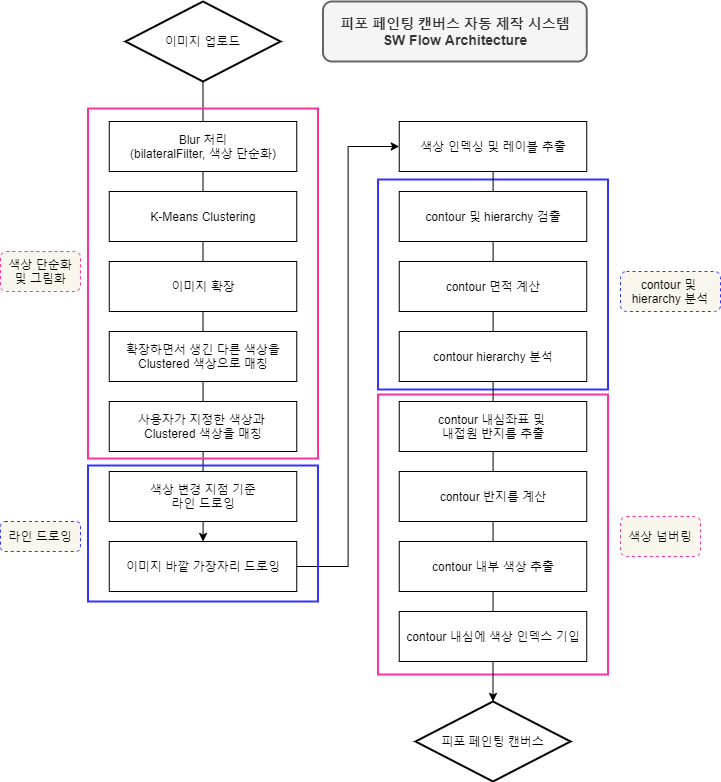
The draw.io diagram project-images/SW Flow Architecture.png in AutoPipo/EasyPipo, before a commit. Source tidied: cells renumbered, new cells last; positions are measured from the earlier drawing's top-left corner, leaving out a move shared by most shapes. Its diagram source:
```xml
<mxGraphModel>
  <root>
    <mxCell id="0" />
    <mxCell id="1" parent="0" />
    <mxCell id="2" style="rounded=0;whiteSpace=wrap;html=1;shadow=0;glass=0;sketch=0;strokeWidth=2;fillColor=none;strokeColor=#FF3399;" parent="1" vertex="1">
      <mxGeometry x="377.5" y="393" width="230" height="280" as="geometry" />
    </mxCell>
    <mxCell id="3" style="rounded=0;whiteSpace=wrap;html=1;shadow=0;glass=0;sketch=0;strokeWidth=2;fillColor=none;strokeColor=#3333FF;" parent="1" vertex="1">
      <mxGeometry x="377.5" y="178" width="230" height="210" as="geometry" />
    </mxCell>
    <mxCell id="4" style="edgeStyle=orthogonalEdgeStyle;rounded=0;jettySize=auto;html=1;" parent="1" edge="1" source="5" target="12">
      <mxGeometry relative="1" as="geometry" />
    </mxCell>
    <mxCell id="5" value="이미지 업로드" style="rhombus;whiteSpace=wrap;html=1;strokeWidth=2;" parent="1" vertex="1">
      <mxGeometry x="125" width="155" height="80" as="geometry" />
    </mxCell>
    <mxCell id="6" value="K-Means Clustering" style="rounded=0;whiteSpace=wrap;html=1;" parent="1" vertex="1">
      <mxGeometry x="108.8" y="190" width="187.5" height="50" as="geometry" />
    </mxCell>
    <mxCell id="7" value="이미지 확장" style="rounded=0;whiteSpace=wrap;html=1;" parent="1" vertex="1">
      <mxGeometry x="108.8" y="260" width="187.5" height="50" as="geometry" />
    </mxCell>
    <mxCell id="8" value="확장하면서 생긴 다른 색상을 Clustered 색상으로 매칭" style="rounded=0;whiteSpace=wrap;html=1;" parent="1" vertex="1">
      <mxGeometry x="108.8" y="330" width="187.5" height="50" as="geometry" />
    </mxCell>
    <mxCell id="9" value="사용자가 지정한 색상과 &lt;br&gt;Clustered 색상을 매칭" style="rounded=0;whiteSpace=wrap;html=1;" parent="1" vertex="1">
      <mxGeometry x="108.8" y="400" width="187.5" height="50" as="geometry" />
    </mxCell>
    <mxCell id="10" value="색상 변경 지점 기준&lt;br&gt;라인 드로잉" style="rounded=0;whiteSpace=wrap;html=1;" parent="1" vertex="1">
      <mxGeometry x="108.8" y="470" width="187.5" height="50" as="geometry" />
    </mxCell>
    <mxCell id="11" style="edgeStyle=orthogonalEdgeStyle;rounded=0;jettySize=auto;html=1;entryX=0;entryY=0.5;entryDx=0;entryDy=0;" parent="1" edge="1" source="12" target="14">
      <mxGeometry relative="1" as="geometry" />
    </mxCell>
    <mxCell id="12" value="이미지 바깥 가장자리 드로잉" style="rounded=0;whiteSpace=wrap;html=1;" parent="1" vertex="1">
      <mxGeometry x="108.8" y="540" width="187.5" height="50" as="geometry" />
    </mxCell>
    <mxCell id="13" style="edgeStyle=orthogonalEdgeStyle;rounded=0;jettySize=auto;html=1;entryX=0.5;entryY=0;entryDx=0;entryDy=0;" parent="1" edge="1" source="14" target="22">
      <mxGeometry relative="1" as="geometry" />
    </mxCell>
    <mxCell id="14" value="색상 인덱싱 및 레이블 추출" style="rounded=0;whiteSpace=wrap;html=1;" parent="1" vertex="1">
      <mxGeometry x="398.8" y="120" width="187.5" height="50" as="geometry" />
    </mxCell>
    <mxCell id="15" value="contour 및 hierarchy 검출" style="rounded=0;whiteSpace=wrap;html=1;" parent="1" vertex="1">
      <mxGeometry x="398.8" y="190" width="187.5" height="50" as="geometry" />
    </mxCell>
    <mxCell id="16" value="contour 면적 계산" style="rounded=0;whiteSpace=wrap;html=1;" parent="1" vertex="1">
      <mxGeometry x="398.8" y="260" width="187.5" height="50" as="geometry" />
    </mxCell>
    <mxCell id="17" value="contour hierarchy 분석" style="rounded=0;whiteSpace=wrap;html=1;" parent="1" vertex="1">
      <mxGeometry x="398.8" y="330" width="187.5" height="50" as="geometry" />
    </mxCell>
    <mxCell id="18" value="contour 내심좌표 및 &lt;br&gt;내접원 반지름 추출" style="rounded=0;whiteSpace=wrap;html=1;" parent="1" vertex="1">
      <mxGeometry x="398.8" y="400" width="187.5" height="50" as="geometry" />
    </mxCell>
    <mxCell id="19" value="contour 반지름 계산" style="rounded=0;whiteSpace=wrap;html=1;" parent="1" vertex="1">
      <mxGeometry x="398.8" y="470" width="187.5" height="50" as="geometry" />
    </mxCell>
    <mxCell id="20" value="contour 내부 색상 추출" style="rounded=0;whiteSpace=wrap;html=1;" parent="1" vertex="1">
      <mxGeometry x="398.8" y="540" width="187.5" height="50" as="geometry" />
    </mxCell>
    <mxCell id="21" value="contour 내심에 색상 인덱스 기입" style="rounded=0;whiteSpace=wrap;html=1;" parent="1" vertex="1">
      <mxGeometry x="398.8" y="610" width="187.5" height="50" as="geometry" />
    </mxCell>
    <mxCell id="22" value="피포 페인팅 캔버스" style="rhombus;whiteSpace=wrap;html=1;strokeWidth=2;" parent="1" vertex="1">
      <mxGeometry x="415" y="700" width="155" height="80" as="geometry" />
    </mxCell>
    <mxCell id="23" value="&lt;font style=&quot;font-size: 14px&quot;&gt;&lt;b&gt;피포 페인팅 캔버스 자동 제작 시스템&lt;br&gt;SW Flow Architecture&lt;/b&gt;&lt;/font&gt;" style="text;html=1;fillColor=#f5f5f5;align=center;verticalAlign=middle;whiteSpace=wrap;rounded=1;glass=0;sketch=0;shadow=0;strokeColor=#666666;strokeWidth=2;fontColor=#333333;" parent="1" vertex="1">
      <mxGeometry x="322.5" width="263.8" height="60" as="geometry" />
    </mxCell>
    <mxCell id="24" value="Blur 처리&lt;br&gt;(bilateralFilter, 색상 단순화)" style="rounded=0;whiteSpace=wrap;html=1;" parent="1" vertex="1">
      <mxGeometry x="108.8" y="120" width="187.5" height="50" as="geometry" />
    </mxCell>
    <mxCell id="25" style="rounded=0;whiteSpace=wrap;html=1;shadow=0;glass=0;sketch=0;strokeWidth=2;fillColor=none;strokeColor=#FF3399;" parent="1" vertex="1">
      <mxGeometry x="87.5" y="107" width="230" height="350" as="geometry" />
    </mxCell>
    <mxCell id="26" style="rounded=0;whiteSpace=wrap;html=1;shadow=0;glass=0;sketch=0;strokeWidth=2;fillColor=none;strokeColor=#3333FF;" parent="1" vertex="1">
      <mxGeometry x="87.5" y="464" width="230" height="136" as="geometry" />
    </mxCell>
    <mxCell id="27" value="색상 단순화 및 그림화" style="text;html=1;fillColor=#f9f7ed;align=center;verticalAlign=middle;whiteSpace=wrap;rounded=1;dashed=1;strokeColor=#FF3399;" parent="1" vertex="1">
      <mxGeometry y="250" width="80" height="40" as="geometry" />
    </mxCell>
    <mxCell id="28" value="라인 드로잉" style="text;html=1;fillColor=#f9f7ed;align=center;verticalAlign=middle;whiteSpace=wrap;rounded=1;dashed=1;strokeColor=#3333FF;" parent="1" vertex="1">
      <mxGeometry y="520" width="80" height="30" as="geometry" />
    </mxCell>
    <mxCell id="29" value="contour 및 &lt;br&gt;hierarchy 분석" style="text;html=1;fillColor=#f9f7ed;align=center;verticalAlign=middle;whiteSpace=wrap;rounded=1;dashed=1;strokeColor=#3333FF;" parent="1" vertex="1">
      <mxGeometry x="620" y="270" width="100" height="40" as="geometry" />
    </mxCell>
    <mxCell id="30" value="색상 넘버링" style="text;html=1;fillColor=#f9f7ed;align=center;verticalAlign=middle;whiteSpace=wrap;rounded=1;dashed=1;strokeColor=#FF3399;" parent="1" vertex="1">
      <mxGeometry x="620" y="515" width="80" height="40" as="geometry" />
    </mxCell>
  </root>
</mxGraphModel>
```
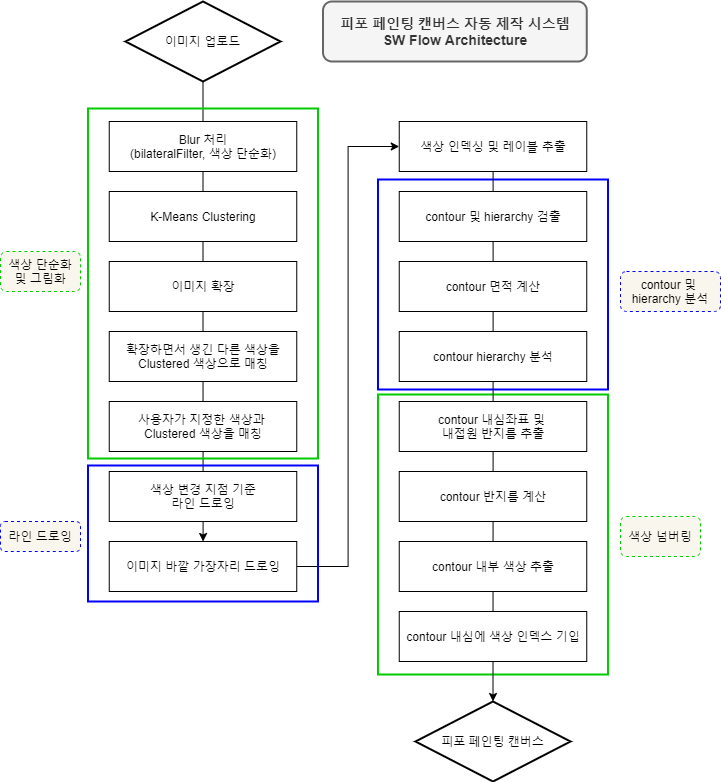
After the change.

The edit, as a diff of the source:
```diff
@@ -2,10 +2,10 @@
   <root>
     <mxCell id="0" />
     <mxCell id="1" parent="0" />
-    <mxCell id="2" style="rounded=0;whiteSpace=wrap;html=1;shadow=0;glass=0;sketch=0;strokeWidth=2;fillColor=none;strokeColor=#FF3399;" parent="1" vertex="1">
+    <mxCell id="2" style="rounded=0;whiteSpace=wrap;html=1;shadow=0;glass=0;sketch=0;strokeWidth=2;fillColor=none;strokeColor=#00CC00;" parent="1" vertex="1">
       <mxGeometry x="377.5" y="393" width="230" height="280" as="geometry" />
     </mxCell>
-    <mxCell id="3" style="rounded=0;whiteSpace=wrap;html=1;shadow=0;glass=0;sketch=0;strokeWidth=2;fillColor=none;strokeColor=#3333FF;" parent="1" vertex="1">
+    <mxCell id="3" style="rounded=0;whiteSpace=wrap;html=1;shadow=0;glass=0;sketch=0;strokeWidth=2;fillColor=none;strokeColor=#0000FF;" parent="1" vertex="1">
       <mxGeometry x="377.5" y="178" width="230" height="210" as="geometry" />
     </mxCell>
     <mxCell id="4" style="edgeStyle=orthogonalEdgeStyle;rounded=0;jettySize=auto;html=1;" parent="1" edge="1" source="5" target="12">
@@ -71,22 +71,22 @@
     <mxCell id="24" value="Blur 처리&lt;br&gt;(bilateralFilter, 색상 단순화)" style="rounded=0;whiteSpace=wrap;html=1;" parent="1" vertex="1">
       <mxGeometry x="108.8" y="120" width="187.5" height="50" as="geometry" />
     </mxCell>
-    <mxCell id="25" style="rounded=0;whiteSpace=wrap;html=1;shadow=0;glass=0;sketch=0;strokeWidth=2;fillColor=none;strokeColor=#FF3399;" parent="1" vertex="1">
+    <mxCell id="25" style="rounded=0;whiteSpace=wrap;html=1;shadow=0;glass=0;sketch=0;strokeWidth=2;fillColor=none;strokeColor=#00CC00;" parent="1" vertex="1">
       <mxGeometry x="87.5" y="107" width="230" height="350" as="geometry" />
     </mxCell>
-    <mxCell id="26" style="rounded=0;whiteSpace=wrap;html=1;shadow=0;glass=0;sketch=0;strokeWidth=2;fillColor=none;strokeColor=#3333FF;" parent="1" vertex="1">
+    <mxCell id="26" style="rounded=0;whiteSpace=wrap;html=1;shadow=0;glass=0;sketch=0;strokeWidth=2;fillColor=none;strokeColor=#0000FF;" parent="1" vertex="1">
       <mxGeometry x="87.5" y="464" width="230" height="136" as="geometry" />
     </mxCell>
-    <mxCell id="27" value="색상 단순화 및 그림화" style="text;html=1;fillColor=#f9f7ed;align=center;verticalAlign=middle;whiteSpace=wrap;rounded=1;dashed=1;strokeColor=#FF3399;" parent="1" vertex="1">
+    <mxCell id="27" value="색상 단순화 및 그림화" style="text;html=1;fillColor=#f9f7ed;align=center;verticalAlign=middle;whiteSpace=wrap;rounded=1;dashed=1;strokeColor=#00CC00;" parent="1" vertex="1">
       <mxGeometry y="250" width="80" height="40" as="geometry" />
     </mxCell>
-    <mxCell id="28" value="라인 드로잉" style="text;html=1;fillColor=#f9f7ed;align=center;verticalAlign=middle;whiteSpace=wrap;rounded=1;dashed=1;strokeColor=#3333FF;" parent="1" vertex="1">
+    <mxCell id="28" value="라인 드로잉" style="text;html=1;fillColor=#f9f7ed;align=center;verticalAlign=middle;whiteSpace=wrap;rounded=1;dashed=1;strokeColor=#0000FF;" parent="1" vertex="1">
       <mxGeometry y="520" width="80" height="30" as="geometry" />
     </mxCell>
-    <mxCell id="29" value="contour 및 &lt;br&gt;hierarchy 분석" style="text;html=1;fillColor=#f9f7ed;align=center;verticalAlign=middle;whiteSpace=wrap;rounded=1;dashed=1;strokeColor=#3333FF;" parent="1" vertex="1">
+    <mxCell id="29" value="contour 및 &lt;br&gt;hierarchy 분석" style="text;html=1;fillColor=#f9f7ed;align=center;verticalAlign=middle;whiteSpace=wrap;rounded=1;dashed=1;strokeColor=#0000FF;" parent="1" vertex="1">
       <mxGeometry x="620" y="270" width="100" height="40" as="geometry" />
     </mxCell>
-    <mxCell id="30" value="색상 넘버링" style="text;html=1;fillColor=#f9f7ed;align=center;verticalAlign=middle;whiteSpace=wrap;rounded=1;dashed=1;strokeColor=#FF3399;" parent="1" vertex="1">
+    <mxCell id="30" value="색상 넘버링" style="text;html=1;fillColor=#f9f7ed;align=center;verticalAlign=middle;whiteSpace=wrap;rounded=1;dashed=1;strokeColor=#00CC00;" parent="1" vertex="1">
       <mxGeometry x="620" y="515" width="80" height="40" as="geometry" />
     </mxCell>
   </root>
```
